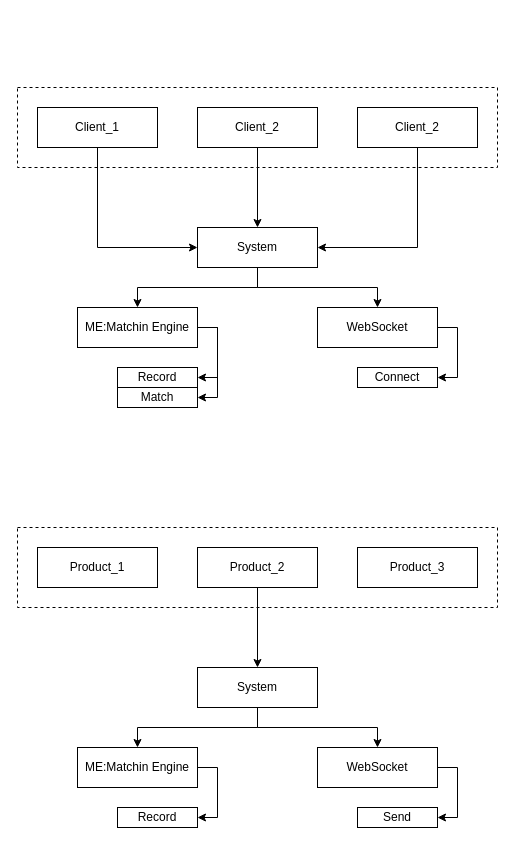
ames0k0/TP--Matching-Engine keeps this draw.io diagram as page "Main" (1 of 2) of _readme/diagram/Diagram.drawio. Above is the earlier version. Source tidied: cells renumbered, new cells numbered last; positions are measured from the earlier drawing's top-left corner, leaving out a move shared by most shapes. Both pictures are drawn from the tidied source at 100%, with x=0, y=0 at pixel (17, 87).
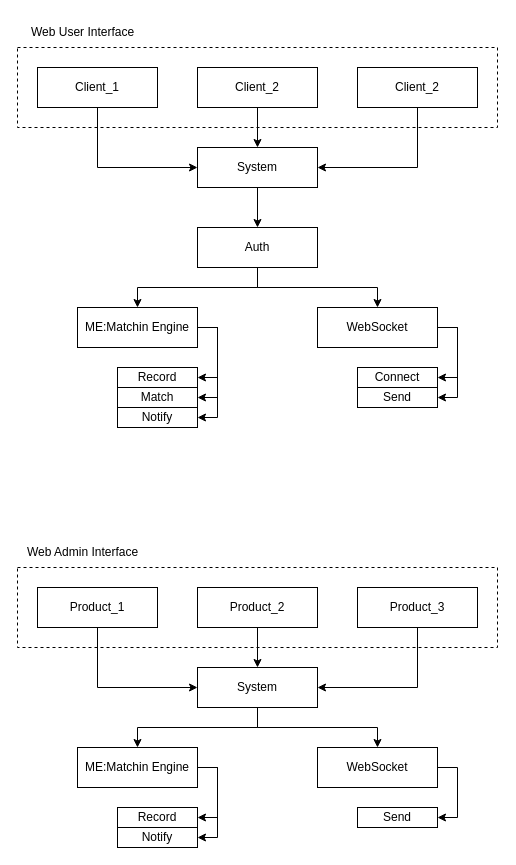
After the change.

The change refers to these unchanged cells:
```xml
<mxCell id="10" value="System" style="whiteSpace=wrap;html=1;" parent="1" vertex="1">
  <mxGeometry x="180" y="580" width="120" height="40" as="geometry" />
</mxCell>
<mxCell id="22" value="WebSocket" style="whiteSpace=wrap;html=1;" parent="1" vertex="1">
  <mxGeometry x="300" y="220" width="120" height="40" as="geometry" />
</mxCell>
<mxCell id="25" value="ME:&lt;span style=&quot;background-color: transparent; color: light-dark(rgb(0, 0, 0), rgb(255, 255, 255));&quot;&gt;Matchin Engine&lt;/span&gt;" style="whiteSpace=wrap;html=1;" parent="1" vertex="1">
  <mxGeometry x="60" y="660" width="120" height="40" as="geometry" />
</mxCell>
<mxCell id="29" value="ME:&lt;span style=&quot;background-color: transparent; color: light-dark(rgb(0, 0, 0), rgb(255, 255, 255));&quot;&gt;Matchin Engine&lt;/span&gt;" style="whiteSpace=wrap;html=1;" parent="1" vertex="1">
  <mxGeometry x="60" y="220" width="120" height="40" as="geometry" />
</mxCell>
```

Diff of the diagram source:
```diff
@@
     <mxCell id="2" style="edgeStyle=orthogonalEdgeStyle;rounded=0;jettySize=auto;html=1;" parent="1" edge="1" source="3" target="16">
       <mxGeometry relative="1" as="geometry">
         <Array as="points">
-          <mxPoint x="80" y="160" />
+          <mxPoint x="80" y="80" />
         </Array>
       </mxGeometry>
     </mxCell>
     <mxCell id="3" value="Client_1" style="whiteSpace=wrap;html=1;" parent="1" vertex="1">
-      <mxGeometry x="20" y="20" width="120" height="40" as="geometry" />
+      <mxGeometry x="20" y="-20" width="120" height="40" as="geometry" />
     </mxCell>
@@
     <mxCell id="5" value="Client_2" style="whiteSpace=wrap;html=1;" parent="1" vertex="1">
-      <mxGeometry x="180" y="20" width="120" height="40" as="geometry" />
+      <mxGeometry x="180" y="-20" width="120" height="40" as="geometry" />
     </mxCell>
@@
     <mxCell id="7" value="Product_2" style="whiteSpace=wrap;html=1;" parent="1" vertex="1">
-      <mxGeometry x="180" y="460" width="120" height="40" as="geometry" />
+      <mxGeometry x="180" y="500" width="120" height="40" as="geometry" />
     </mxCell>
@@
     <mxCell id="11" style="endArrow=none;dashed=1;html=1;rounded=0;" parent="1" edge="1">
       <mxGeometry relative="1" as="geometry">
-        <mxPoint as="sourcePoint" />
-        <mxPoint as="targetPoint" />
+        <mxPoint y="-40" as="sourcePoint" />
+        <mxPoint y="-40" as="targetPoint" />
         <Array as="points">
-          <mxPoint x="480" />
-          <mxPoint x="480" y="80" />
-          <mxPoint y="80" />
+          <mxPoint x="480" y="-40" />
+          <mxPoint x="480" y="40" />
+          <mxPoint y="40" />
         </Array>
       </mxGeometry>
     </mxCell>
     <mxCell id="12" style="edgeStyle=orthogonalEdgeStyle;rounded=0;jettySize=auto;html=1;" parent="1" edge="1" source="13" target="16">
       <mxGeometry relative="1" as="geometry">
         <Array as="points">
-          <mxPoint x="400" y="160" />
+          <mxPoint x="400" y="80" />
         </Array>
       </mxGeometry>
     </mxCell>
     <mxCell id="13" value="Client_2" style="whiteSpace=wrap;html=1;" parent="1" vertex="1">
-      <mxGeometry x="340" y="20" width="120" height="40" as="geometry" />
+      <mxGeometry x="340" y="-20" width="120" height="40" as="geometry" />
     </mxCell>
-    <mxCell id="14" style="edgeStyle=orthogonalEdgeStyle;rounded=0;jettySize=auto;html=1;" parent="1" edge="1" source="16" target="22">
-      <mxGeometry relative="1" as="geometry" />
-    </mxCell>
-    <mxCell id="15" style="edgeStyle=orthogonalEdgeStyle;rounded=0;jettySize=auto;html=1;" parent="1" edge="1" source="16" target="29">
-      <mxGeometry relative="1" as="geometry" />
-    </mxCell>
+    <mxCell id="34" style="edgeStyle=orthogonalEdgeStyle;rounded=0;jettySize=auto;html=1;" parent="1" edge="1" source="16" target="47">
+      <mxGeometry relative="1" as="geometry" />
+    </mxCell>
     <mxCell id="16" value="System" style="whiteSpace=wrap;html=1;" parent="1" vertex="1">
-      <mxGeometry x="180" y="140" width="120" height="40" as="geometry" />
+      <mxGeometry x="180" y="60" width="120" height="40" as="geometry" />
     </mxCell>
@@
+    <mxCell id="35" style="edgeStyle=orthogonalEdgeStyle;rounded=0;jettySize=auto;html=1;" parent="1" edge="1" source="22" target="43">
+      <mxGeometry relative="1" as="geometry">
+        <Array as="points">
+          <mxPoint x="440" y="240" />
+          <mxPoint x="440" y="310" />
+        </Array>
+      </mxGeometry>
+    </mxCell>
@@
+    <mxCell id="36" style="edgeStyle=orthogonalEdgeStyle;rounded=0;jettySize=auto;html=1;" parent="1" edge="1" source="25" target="44">
+      <mxGeometry relative="1" as="geometry">
+        <Array as="points">
+          <mxPoint x="200" y="680" />
+          <mxPoint x="200" y="750" />
+        </Array>
+      </mxGeometry>
+    </mxCell>
@@
+    <mxCell id="37" style="edgeStyle=orthogonalEdgeStyle;rounded=0;jettySize=auto;html=1;" parent="1" edge="1" source="29" target="42">
+      <mxGeometry relative="1" as="geometry">
+        <Array as="points">
+          <mxPoint x="200" y="240" />
+          <mxPoint x="200" y="330" />
+        </Array>
+      </mxGeometry>
+    </mxCell>
@@
     <mxCell id="31" style="endArrow=none;dashed=1;html=1;rounded=0;" parent="1" edge="1">
       <mxGeometry relative="1" as="geometry">
-        <mxPoint y="440" as="sourcePoint" />
-        <mxPoint y="440" as="targetPoint" />
+        <mxPoint y="480" as="sourcePoint" />
+        <mxPoint y="480" as="targetPoint" />
         <Array as="points">
-          <mxPoint x="480" y="440" />
-          <mxPoint x="480" y="520" />
-          <mxPoint y="520" />
+          <mxPoint x="480" y="480" />
+          <mxPoint x="480" y="560" />
+          <mxPoint y="560" />
         </Array>
       </mxGeometry>
     </mxCell>
+    <mxCell id="38" style="edgeStyle=orthogonalEdgeStyle;rounded=0;jettySize=auto;html=1;" parent="1" edge="1" source="32" target="10">
+      <mxGeometry relative="1" as="geometry">
+        <Array as="points">
+          <mxPoint x="400" y="600" />
+        </Array>
+      </mxGeometry>
+    </mxCell>
     <mxCell id="32" value="Product_3" style="whiteSpace=wrap;html=1;" parent="1" vertex="1">
-      <mxGeometry x="340" y="460" width="120" height="40" as="geometry" />
+      <mxGeometry x="340" y="500" width="120" height="40" as="geometry" />
     </mxCell>
+    <mxCell id="39" style="edgeStyle=orthogonalEdgeStyle;rounded=0;jettySize=auto;html=1;" parent="1" edge="1" source="33" target="10">
+      <mxGeometry relative="1" as="geometry">
+        <Array as="points">
+          <mxPoint x="80" y="600" />
+        </Array>
+      </mxGeometry>
+    </mxCell>
     <mxCell id="33" value="Product_1" style="whiteSpace=wrap;html=1;" parent="1" vertex="1">
-      <mxGeometry x="20" y="460" width="120" height="40" as="geometry" />
+      <mxGeometry x="20" y="500" width="120" height="40" as="geometry" />
     </mxCell>
+    <mxCell id="40" value="Web Admin Interface" style="text;html=1;align=center;verticalAlign=middle;strokeColor=none;fillColor=none;" parent="1" vertex="1">
+      <mxGeometry y="450" width="130" height="30" as="geometry" />
+    </mxCell>
+    <mxCell id="41" value="Web User Interface" style="text;html=1;align=center;verticalAlign=middle;strokeColor=none;fillColor=none;" parent="1" vertex="1">
+      <mxGeometry y="-70" width="130" height="30" as="geometry" />
+    </mxCell>
+    <mxCell id="42" value="Notify" style="whiteSpace=wrap;html=1;" parent="1" vertex="1">
+      <mxGeometry x="100" y="320" width="80" height="20" as="geometry" />
+    </mxCell>
+    <mxCell id="43" value="Send" style="whiteSpace=wrap;html=1;" parent="1" vertex="1">
+      <mxGeometry x="340" y="300" width="80" height="20" as="geometry" />
+    </mxCell>
+    <mxCell id="44" value="Notify" style="whiteSpace=wrap;html=1;" parent="1" vertex="1">
+      <mxGeometry x="100" y="740" width="80" height="20" as="geometry" />
+    </mxCell>
+    <mxCell id="45" style="edgeStyle=orthogonalEdgeStyle;rounded=0;jettySize=auto;html=1;" parent="1" edge="1" source="47" target="29">
+      <mxGeometry relative="1" as="geometry" />
+    </mxCell>
+    <mxCell id="46" style="edgeStyle=orthogonalEdgeStyle;rounded=0;jettySize=auto;html=1;" parent="1" edge="1" source="47" target="22">
+      <mxGeometry relative="1" as="geometry" />
+    </mxCell>
+    <mxCell id="47" value="Auth" style="whiteSpace=wrap;html=1;" parent="1" vertex="1">
+      <mxGeometry x="180" y="140" width="120" height="40" as="geometry" />
+    </mxCell>
```
